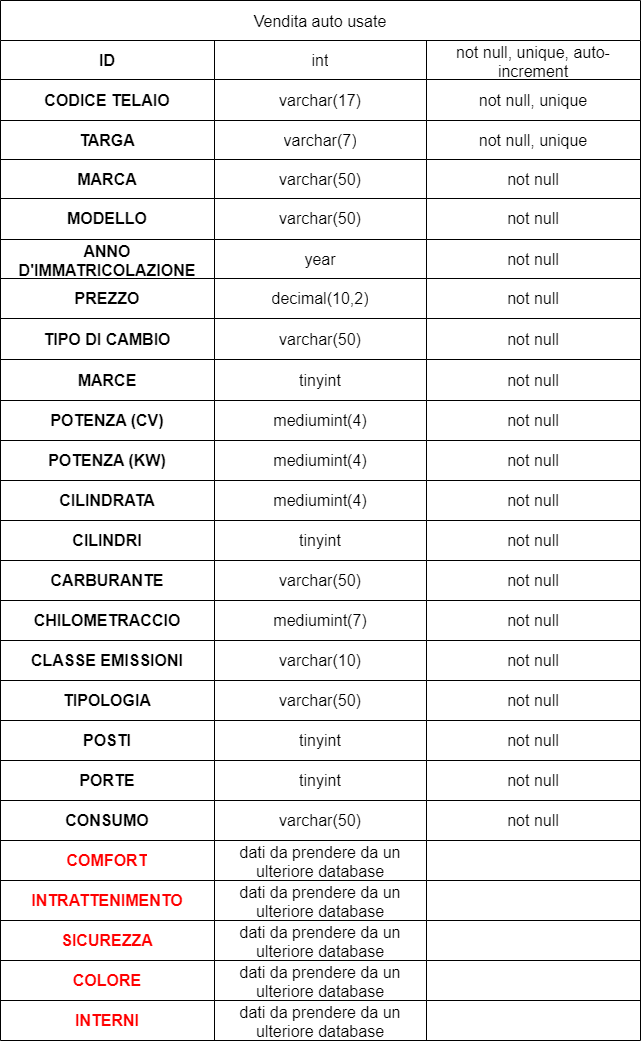
This is table-car.png from PaoloIncollu/db-first, a draw.io export, as it was before one commit. Source tidied: cells renumbered, new cells last; positions are measured from the earlier drawing's top-left corner, leaving out a move shared by most shapes.
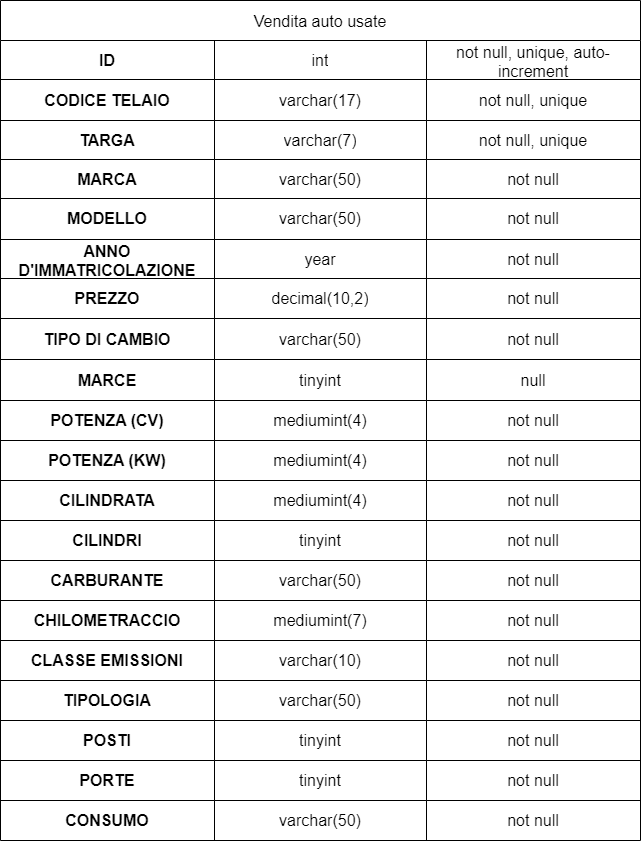
Above is the later version.

Commit message:
modificata tabella

Diff of the diagram source:
```diff
@@ -3,7 +3,7 @@
     <mxCell id="0" />
     <mxCell id="1" parent="0" />
     <mxCell id="2" value="Vendita auto usate" style="shape=table;startSize=40;strokeColor=default;fontSize=16;" parent="1" vertex="1">
-      <mxGeometry width="640" height="1040" as="geometry" />
+      <mxGeometry width="640" height="840" as="geometry" />
     </mxCell>
     <mxCell id="3" style="shape=tableRow;horizontal=0;startSize=0;swimlaneHead=0;swimlaneBody=0;strokeColor=inherit;top=0;left=0;bottom=0;right=0;fillColor=none;fontSize=16;" parent="2" vertex="1">
       <mxGeometry y="40" width="640" height="39" as="geometry" />
@@ -110,7 +110,7 @@
     <mxCell id="37" value="tinyint" style="shape=partialRectangle;html=1;whiteSpace=wrap;strokeColor=inherit;overflow=hidden;fillColor=none;top=0;left=0;bottom=0;right=0;fontSize=16;" parent="35" vertex="1">
       <mxGeometry x="214" width="212" height="41" as="geometry" />
     </mxCell>
-    <mxCell id="38" value="not null" style="shape=partialRectangle;html=1;whiteSpace=wrap;strokeColor=inherit;overflow=hidden;fillColor=none;top=0;left=0;bottom=0;right=0;fontSize=16;" parent="35" vertex="1">
+    <mxCell id="38" value="null" style="shape=partialRectangle;html=1;whiteSpace=wrap;strokeColor=inherit;overflow=hidden;fillColor=none;top=0;left=0;bottom=0;right=0;fontSize=16;" parent="35" vertex="1">
       <mxGeometry x="426" width="214" height="41" as="geometry" />
     </mxCell>
     <mxCell id="39" style="shape=tableRow;horizontal=0;startSize=0;swimlaneHead=0;swimlaneBody=0;strokeColor=inherit;top=0;left=0;bottom=0;right=0;fillColor=none;fontSize=16;" parent="2" vertex="1">
@@ -245,65 +245,5 @@
     <mxCell id="82" value="not null" style="shape=partialRectangle;html=1;whiteSpace=wrap;strokeColor=inherit;overflow=hidden;fillColor=none;top=0;left=0;bottom=0;right=0;fontSize=16;" parent="79" vertex="1">
       <mxGeometry x="426" width="214" height="40" as="geometry" />
     </mxCell>
-    <mxCell id="83" style="shape=tableRow;horizontal=0;startSize=0;swimlaneHead=0;swimlaneBody=0;strokeColor=inherit;top=0;left=0;bottom=0;right=0;fillColor=none;fontSize=16;" parent="2" vertex="1">
-      <mxGeometry y="840" width="640" height="40" as="geometry" />
-    </mxCell>
-    <mxCell id="84" value="&lt;b&gt;&lt;font color=&quot;#ff0000&quot;&gt;COMFORT&lt;/font&gt;&lt;/b&gt;" style="shape=partialRectangle;html=1;whiteSpace=wrap;strokeColor=inherit;overflow=hidden;fillColor=none;top=0;left=0;bottom=0;right=0;fontSize=16;" parent="83" vertex="1">
-      <mxGeometry width="214" height="40" as="geometry" />
-    </mxCell>
-    <mxCell id="85" value="dati da prendere da un ulteriore database" style="shape=partialRectangle;html=1;whiteSpace=wrap;strokeColor=inherit;overflow=hidden;fillColor=none;top=0;left=0;bottom=0;right=0;fontSize=16;" parent="83" vertex="1">
-      <mxGeometry x="214" width="212" height="40" as="geometry" />
-    </mxCell>
-    <mxCell id="86" style="shape=partialRectangle;html=1;whiteSpace=wrap;strokeColor=inherit;overflow=hidden;fillColor=none;top=0;left=0;bottom=0;right=0;fontSize=16;" parent="83" vertex="1">
-      <mxGeometry x="426" width="214" height="40" as="geometry" />
-    </mxCell>
-    <mxCell id="87" style="shape=tableRow;horizontal=0;startSize=0;swimlaneHead=0;swimlaneBody=0;strokeColor=inherit;top=0;left=0;bottom=0;right=0;fillColor=none;fontSize=16;" parent="2" vertex="1">
-      <mxGeometry y="880" width="640" height="40" as="geometry" />
-    </mxCell>
-    <mxCell id="88" value="&lt;b&gt;&lt;font color=&quot;#ff0000&quot;&gt;INTRATTENIMENTO&lt;/font&gt;&lt;/b&gt;" style="shape=partialRectangle;html=1;whiteSpace=wrap;strokeColor=inherit;overflow=hidden;fillColor=none;top=0;left=0;bottom=0;right=0;fontSize=16;" parent="87" vertex="1">
-      <mxGeometry width="214" height="40" as="geometry" />
-    </mxCell>
-    <mxCell id="89" value="dati da prendere da un ulteriore database" style="shape=partialRectangle;html=1;whiteSpace=wrap;strokeColor=inherit;overflow=hidden;fillColor=none;top=0;left=0;bottom=0;right=0;fontSize=16;" parent="87" vertex="1">
-      <mxGeometry x="214" width="212" height="40" as="geometry" />
-    </mxCell>
-    <mxCell id="90" style="shape=partialRectangle;html=1;whiteSpace=wrap;strokeColor=inherit;overflow=hidden;fillColor=none;top=0;left=0;bottom=0;right=0;fontSize=16;" parent="87" vertex="1">
-      <mxGeometry x="426" width="214" height="40" as="geometry" />
-    </mxCell>
-    <mxCell id="91" style="shape=tableRow;horizontal=0;startSize=0;swimlaneHead=0;swimlaneBody=0;strokeColor=inherit;top=0;left=0;bottom=0;right=0;fillColor=none;fontSize=16;" parent="2" vertex="1">
-      <mxGeometry y="920" width="640" height="40" as="geometry" />
-    </mxCell>
-    <mxCell id="92" value="&lt;b&gt;&lt;font color=&quot;#ff0000&quot;&gt;SICUREZZA&lt;/font&gt;&lt;/b&gt;" style="shape=partialRectangle;html=1;whiteSpace=wrap;strokeColor=inherit;overflow=hidden;fillColor=none;top=0;left=0;bottom=0;right=0;fontSize=16;" parent="91" vertex="1">
-      <mxGeometry width="214" height="40" as="geometry" />
-    </mxCell>
-    <mxCell id="93" value="dati da prendere da un ulteriore database" style="shape=partialRectangle;html=1;whiteSpace=wrap;strokeColor=inherit;overflow=hidden;fillColor=none;top=0;left=0;bottom=0;right=0;fontSize=16;" parent="91" vertex="1">
-      <mxGeometry x="214" width="212" height="40" as="geometry" />
-    </mxCell>
-    <mxCell id="94" style="shape=partialRectangle;html=1;whiteSpace=wrap;strokeColor=inherit;overflow=hidden;fillColor=none;top=0;left=0;bottom=0;right=0;fontSize=16;" parent="91" vertex="1">
-      <mxGeometry x="426" width="214" height="40" as="geometry" />
-    </mxCell>
-    <mxCell id="95" style="shape=tableRow;horizontal=0;startSize=0;swimlaneHead=0;swimlaneBody=0;strokeColor=inherit;top=0;left=0;bottom=0;right=0;fillColor=none;fontSize=16;" parent="2" vertex="1">
-      <mxGeometry y="960" width="640" height="40" as="geometry" />
-    </mxCell>
-    <mxCell id="96" value="&lt;b&gt;&lt;font color=&quot;#ff0000&quot;&gt;COLORE&lt;/font&gt;&lt;/b&gt;" style="shape=partialRectangle;html=1;whiteSpace=wrap;strokeColor=inherit;overflow=hidden;fillColor=none;top=0;left=0;bottom=0;right=0;fontSize=16;" parent="95" vertex="1">
-      <mxGeometry width="214" height="40" as="geometry" />
-    </mxCell>
-    <mxCell id="97" value="dati da prendere da un ulteriore database" style="shape=partialRectangle;html=1;whiteSpace=wrap;strokeColor=inherit;overflow=hidden;fillColor=none;top=0;left=0;bottom=0;right=0;fontSize=16;" parent="95" vertex="1">
-      <mxGeometry x="214" width="212" height="40" as="geometry" />
-    </mxCell>
-    <mxCell id="98" style="shape=partialRectangle;html=1;whiteSpace=wrap;strokeColor=inherit;overflow=hidden;fillColor=none;top=0;left=0;bottom=0;right=0;fontSize=16;" parent="95" vertex="1">
-      <mxGeometry x="426" width="214" height="40" as="geometry" />
-    </mxCell>
-    <mxCell id="99" style="shape=tableRow;horizontal=0;startSize=0;swimlaneHead=0;swimlaneBody=0;strokeColor=inherit;top=0;left=0;bottom=0;right=0;fillColor=none;fontSize=16;" parent="2" vertex="1">
-      <mxGeometry y="1000" width="640" height="40" as="geometry" />
-    </mxCell>
-    <mxCell id="100" value="&lt;b&gt;&lt;font color=&quot;#ff0000&quot;&gt;INTERNI&lt;/font&gt;&lt;/b&gt;" style="shape=partialRectangle;html=1;whiteSpace=wrap;strokeColor=inherit;overflow=hidden;fillColor=none;top=0;left=0;bottom=0;right=0;fontSize=16;" parent="99" vertex="1">
-      <mxGeometry width="214" height="40" as="geometry" />
-    </mxCell>
-    <mxCell id="101" value="dati da prendere da un ulteriore database" style="shape=partialRectangle;html=1;whiteSpace=wrap;strokeColor=inherit;overflow=hidden;fillColor=none;top=0;left=0;bottom=0;right=0;fontSize=16;" parent="99" vertex="1">
-      <mxGeometry x="214" width="212" height="40" as="geometry" />
-    </mxCell>
-    <mxCell id="102" style="shape=partialRectangle;html=1;whiteSpace=wrap;strokeColor=inherit;overflow=hidden;fillColor=none;top=0;left=0;bottom=0;right=0;fontSize=16;" parent="99" vertex="1">
-      <mxGeometry x="426" width="214" height="40" as="geometry" />
-    </mxCell>
   </root>
 </mxGraphModel>
```
